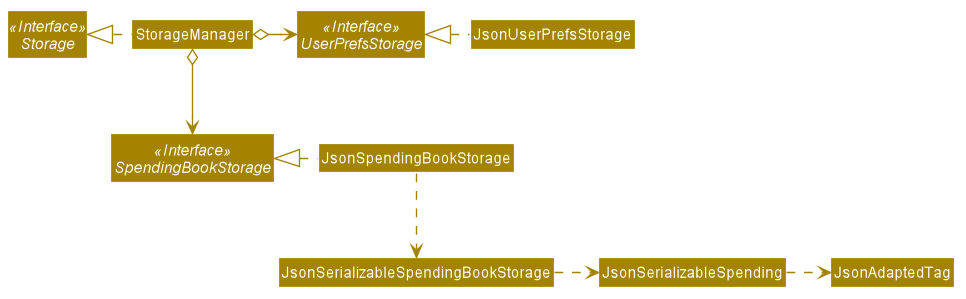
Earlier version of the PlantUML export docs/images/StorageClassDiagram.png (nus-cs2103-AY1920S1/addressbook-level3).
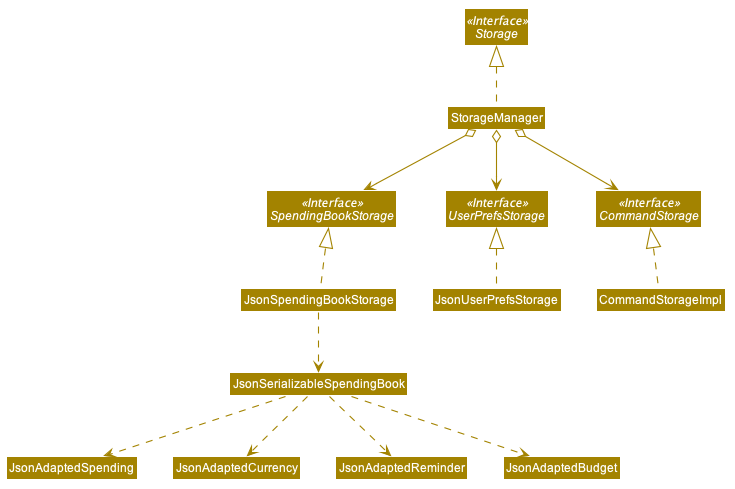
After the commit.

Diff of the diagram source:
```diff
@@ -54,18 +54,24 @@
 Interface Storage <<Interface>>
 Interface UserPrefsStorage <<Interface>>
 Interface SpendingBookStorage <<Interface>>
+Interface CommandStorage <<Interface>>
 
 Class StorageManager
 Class JsonUserPrefsStorage
 Class JsonSpendingBookStorage
 
-StorageManager .left.|> Storage
-StorageManager o-right-> UserPrefsStorage
+StorageManager .up.|> Storage
+StorageManager o--> UserPrefsStorage
 StorageManager o--> SpendingBookStorage
+StorageManager o--> CommandStorage
 
-JsonUserPrefsStorage .left.|> UserPrefsStorage
-JsonSpendingBookStorage .left.|> SpendingBookStorage
-JsonSpendingBookStorage .down.> JsonSerializableSpendingBookStorage
-JsonSerializableSpendingBookStorage .right.> JsonSerializableSpending
-JsonSerializableSpending .right.> JsonAdaptedTag
+CommandStorageImpl .up.|> CommandStorage
+JsonUserPrefsStorage .up.|> UserPrefsStorage
+JsonSpendingBookStorage .up.|> SpendingBookStorage
+JsonSpendingBookStorage .down.> JsonSerializableSpendingBook
+JsonSerializableSpendingBook .down.> JsonAdaptedSpending
+JsonSerializableSpendingBook ..> JsonAdaptedCurrency
+JsonSerializableSpendingBook ..> JsonAdaptedReminder
+JsonSerializableSpendingBook ..> JsonAdaptedBudget
+
 @enduml
```
